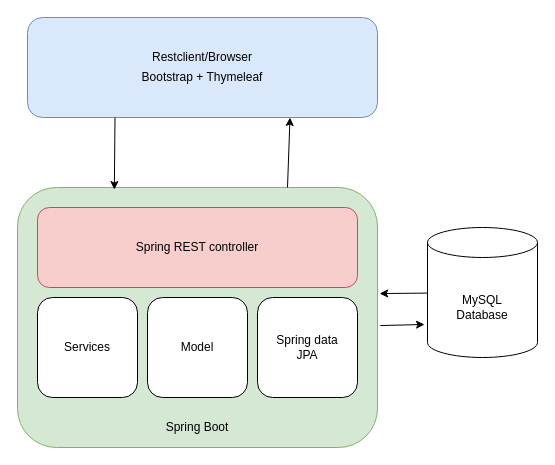
Earlier version of the draw.io diagram drawio/system_architecture2.drawio (lotrmay/7SWI1_project). Source tidied: cells renumbered, new cells numbered last; positions are measured from the earlier drawing's top-left corner, leaving out a move shared by most shapes. Both pictures are drawn from the tidied source at 100%, with x=0, y=0 at pixel (17, 17).
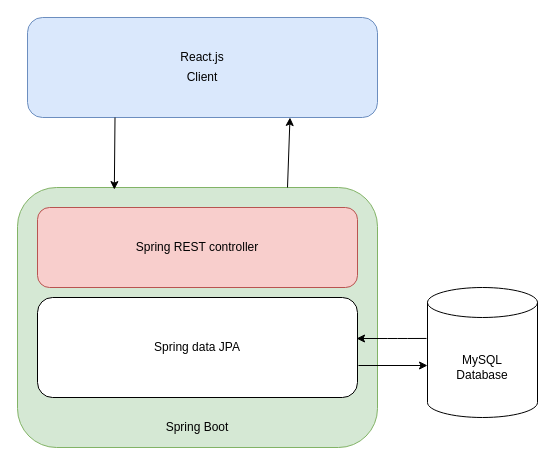
Above is the later version.

The change refers to these unchanged cells:
```xml
<mxCell id="4" style="rounded=1;whiteSpace=wrap;html=1;fillColor=#d5e8d4;strokeColor=#82b366;" parent="1" vertex="1">
  <mxGeometry y="170" width="360" height="260" as="geometry" />
</mxCell>
```

Diff of the diagram source:
```diff
@@
     <mxCell id="2" style="shape=cylinder3;whiteSpace=wrap;html=1;boundedLbl=1;backgroundOutline=1;size=15;" parent="1" vertex="1">
-      <mxGeometry x="410" y="210" width="110" height="130" as="geometry" />
+      <mxGeometry x="410" y="270" width="110" height="130" as="geometry" />
     </mxCell>
     <mxCell id="3" value="&lt;div&gt;MySQL&lt;/div&gt;&lt;div&gt;Database&lt;br&gt;&lt;/div&gt;" style="text;html=1;strokeColor=none;fillColor=none;align=center;verticalAlign=middle;whiteSpace=wrap;rounded=0;" parent="1" vertex="1">
-      <mxGeometry x="445" y="280" width="40" height="20" as="geometry" />
+      <mxGeometry x="445" y="340" width="40" height="20" as="geometry" />
     </mxCell>
@@
-    <mxCell id="7" style="rounded=1;whiteSpace=wrap;html=1;" parent="1" vertex="1">
-      <mxGeometry x="20" y="280" width="100" height="100" as="geometry" />
-    </mxCell>
@@
-    <mxCell id="9" style="rounded=1;whiteSpace=wrap;html=1;" parent="1" vertex="1">
-      <mxGeometry x="130" y="280" width="100" height="100" as="geometry" />
-    </mxCell>
     <mxCell id="10" style="rounded=1;whiteSpace=wrap;html=1;" parent="1" vertex="1">
-      <mxGeometry x="240" y="280" width="100" height="100" as="geometry" />
+      <mxGeometry x="20" y="280" width="320" height="100" as="geometry" />
     </mxCell>
-    <mxCell id="11" value="Services" style="text;html=1;strokeColor=none;fillColor=none;align=center;verticalAlign=middle;whiteSpace=wrap;rounded=0;" parent="1" vertex="1">
-      <mxGeometry x="50" y="320" width="40" height="20" as="geometry" />
-    </mxCell>
-    <mxCell id="12" value="Model" style="text;html=1;strokeColor=none;fillColor=none;align=center;verticalAlign=middle;whiteSpace=wrap;rounded=0;" parent="1" vertex="1">
-      <mxGeometry x="160" y="320" width="40" height="20" as="geometry" />
-    </mxCell>
     <mxCell id="13" value="Spring data JPA" style="text;html=1;strokeColor=none;fillColor=none;align=center;verticalAlign=middle;whiteSpace=wrap;rounded=0;" parent="1" vertex="1">
-      <mxGeometry x="255" y="320" width="70" height="20" as="geometry" />
+      <mxGeometry x="20" y="320" width="320" height="20" as="geometry" />
     </mxCell>
-    <mxCell id="14" style="endArrow=classic;html=1;entryX=1.006;entryY=0.408;entryDx=0;entryDy=0;entryPerimeter=0;" parent="1" edge="1" source="2" target="4">
-      <mxGeometry relative="1" as="geometry" />
+    <mxCell id="14" style="endArrow=classic;html=1;entryX=0.997;entryY=0.41;entryDx=0;entryDy=0;entryPerimeter=0;exitX=-0.009;exitY=0.392;exitDx=0;exitDy=0;exitPerimeter=0;" parent="1" edge="1" source="2" target="10">
+      <mxGeometry relative="1" as="geometry">
+        <Array as="points">
+          <mxPoint x="380" y="321" />
+        </Array>
+      </mxGeometry>
     </mxCell>
-    <mxCell id="15" style="endArrow=classic;html=1;entryX=-0.027;entryY=0.746;entryDx=0;entryDy=0;entryPerimeter=0;exitX=1.008;exitY=0.531;exitDx=0;exitDy=0;exitPerimeter=0;" parent="1" edge="1" source="4" target="2">
+    <mxCell id="15" style="endArrow=classic;html=1;entryX=0;entryY=0.6;entryDx=0;entryDy=0;entryPerimeter=0;exitX=1.003;exitY=0.68;exitDx=0;exitDy=0;exitPerimeter=0;" parent="1" edge="1" source="10" target="2">
       <mxGeometry relative="1" as="geometry" />
     </mxCell>
@@
-    <mxCell id="17" value="Restclient/Browser" style="text;html=1;strokeColor=none;fillColor=none;align=center;verticalAlign=middle;whiteSpace=wrap;rounded=0;" parent="1" vertex="1">
+    <mxCell id="17" value="React.js" style="text;html=1;strokeColor=none;fillColor=none;align=center;verticalAlign=middle;whiteSpace=wrap;rounded=0;" parent="1" vertex="1">
       <mxGeometry x="115" y="30" width="140" height="20" as="geometry" />
     </mxCell>
-    <mxCell id="18" value="Bootstrap + Thymeleaf" style="text;html=1;strokeColor=none;fillColor=none;align=center;verticalAlign=middle;whiteSpace=wrap;rounded=0;" parent="1" vertex="1">
+    <mxCell id="18" value="Client" style="text;html=1;strokeColor=none;fillColor=none;align=center;verticalAlign=middle;whiteSpace=wrap;rounded=0;" parent="1" vertex="1">
       <mxGeometry x="100" y="50" width="170" height="20" as="geometry" />
     </mxCell>
```
